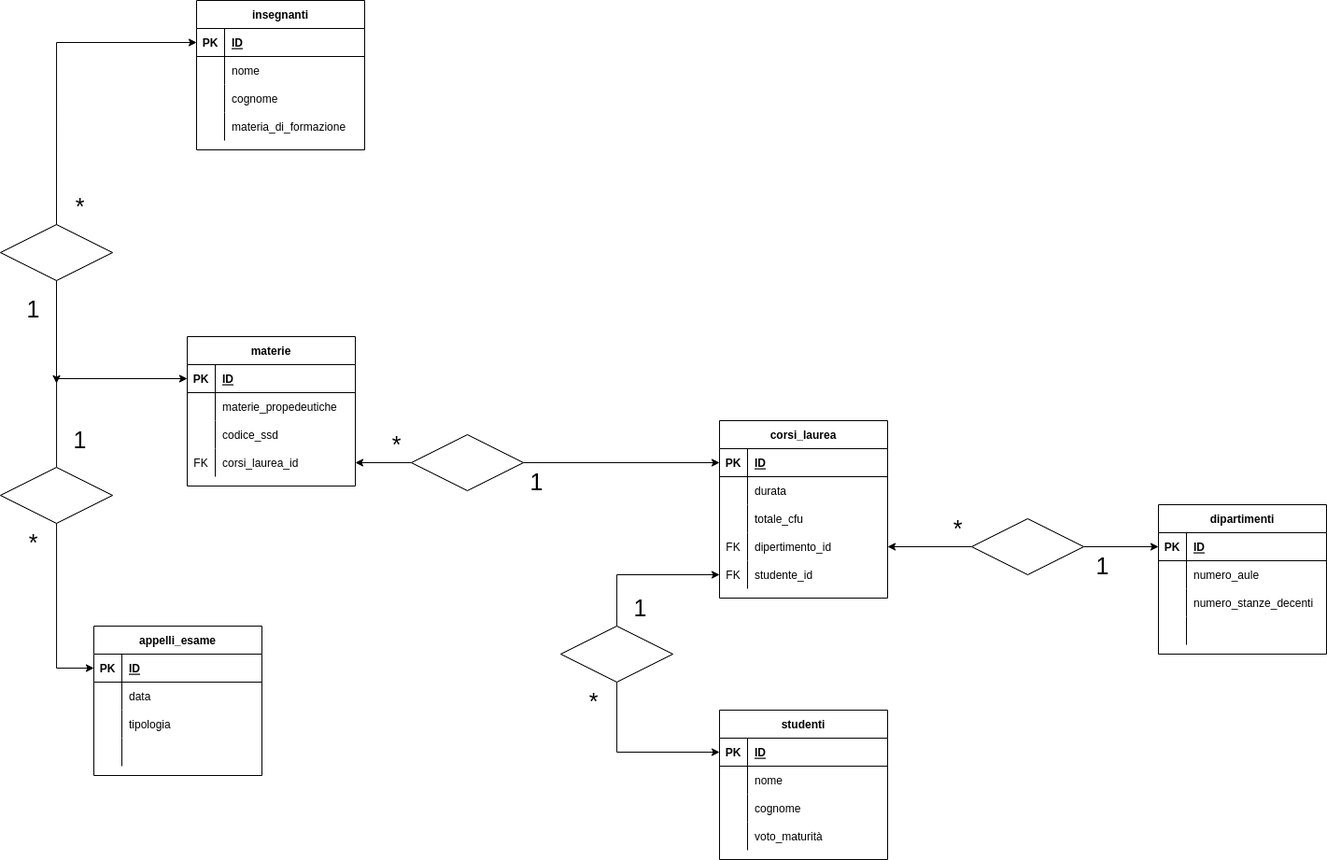
Earlier version of the draw.io export diagramma ER per università.png (pietroline/db-university). Source tidied: cells renumbered, new cells last; positions are measured from the earlier drawing's top-left corner, leaving out a move shared by most shapes.
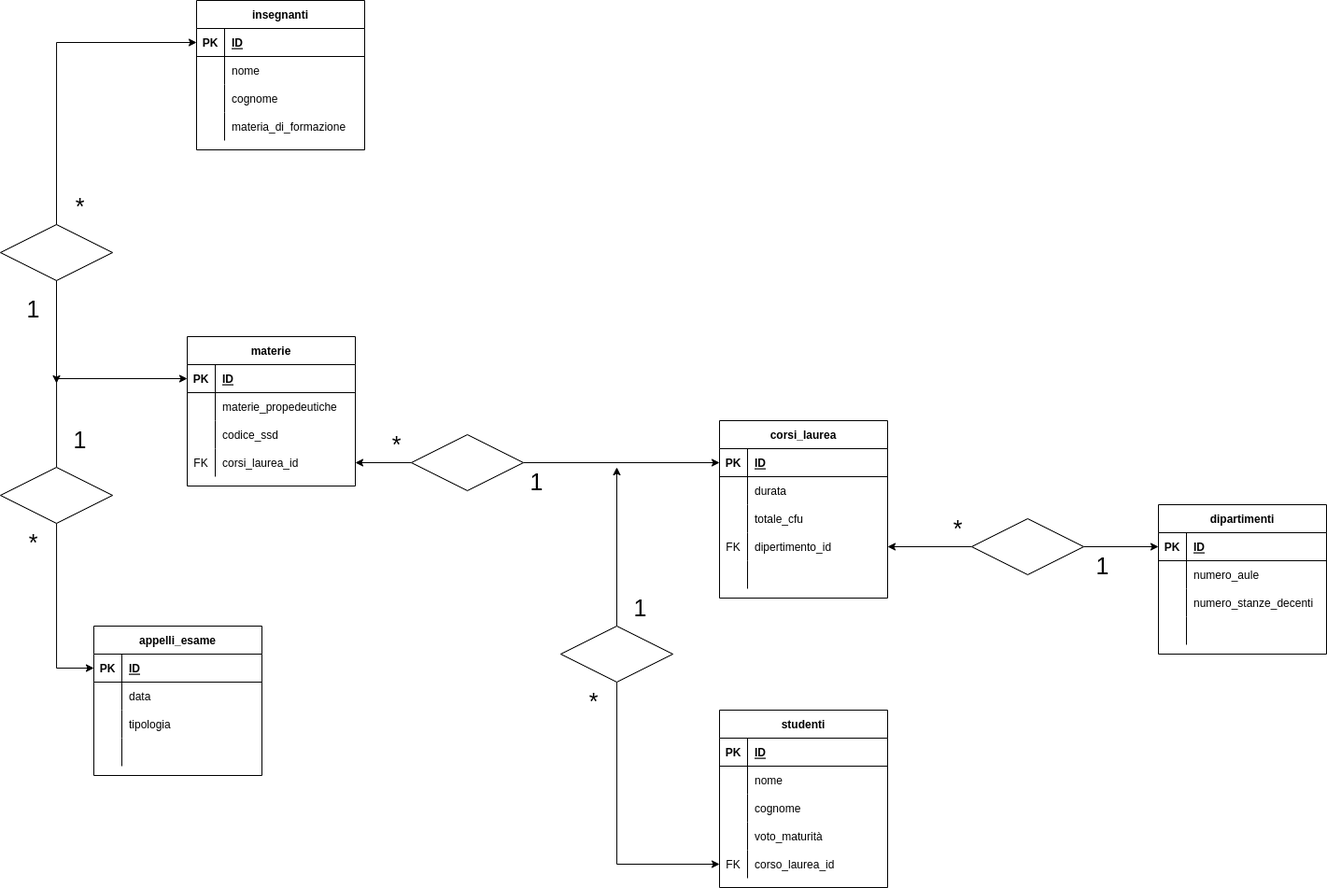
The same file after the commit.

Diff of the diagram source:
```diff
@@ -122,10 +122,10 @@
     <mxCell id="41" style="shape=tableRow;horizontal=0;startSize=0;swimlaneHead=0;swimlaneBody=0;fillColor=none;points=[[0,0.5],[1,0.5]];portConstraint=eastwest;top=0;left=0;right=0;bottom=0;" parent="28" vertex="1">
       <mxGeometry y="150" width="180" height="30" as="geometry" />
     </mxCell>
-    <mxCell id="42" value="FK" style="shape=partialRectangle;fillColor=none;top=0;left=0;bottom=0;right=0;overflow=hidden;" parent="41" vertex="1">
+    <mxCell id="42" style="shape=partialRectangle;fillColor=none;top=0;left=0;bottom=0;right=0;overflow=hidden;" parent="41" vertex="1">
       <mxGeometry width="30" height="30" as="geometry" />
     </mxCell>
-    <mxCell id="43" value="studente_id" style="shape=partialRectangle;fillColor=none;top=0;left=0;bottom=0;right=0;align=left;spacingLeft=6;overflow=hidden;" parent="41" vertex="1">
+    <mxCell id="43" style="shape=partialRectangle;fillColor=none;top=0;left=0;bottom=0;right=0;align=left;spacingLeft=6;overflow=hidden;" parent="41" vertex="1">
       <mxGeometry x="30" width="150" height="30" as="geometry" />
     </mxCell>
     <mxCell id="44" style="edgeStyle=orthogonalEdgeStyle;rounded=0;jettySize=auto;html=1;entryX=0;entryY=0.5;entryDx=0;entryDy=0;" parent="1" edge="1" source="47" target="3">
@@ -197,7 +197,7 @@
       </mxGeometry>
     </mxCell>
     <mxCell id="66" value="studenti" style="shape=table;startSize=30;rowLines=0;fontStyle=1;align=center;" parent="1" vertex="1">
-      <mxGeometry x="770" y="760" width="180" height="160" as="geometry" />
+      <mxGeometry x="770" y="760" width="180" height="190" as="geometry" />
     </mxCell>
     <mxCell id="67" style="shape=tableRow;horizontal=0;startSize=0;swimlaneHead=0;swimlaneBody=0;fillColor=none;points=[[0,0.5],[1,0.5]];portConstraint=eastwest;top=0;left=0;right=0;bottom=1;" parent="66" vertex="1">
       <mxGeometry y="30" width="180" height="30" as="geometry" />
@@ -235,12 +235,23 @@
     <mxCell id="78" value="voto_maturità" style="shape=partialRectangle;fillColor=none;top=0;left=0;bottom=0;right=0;align=left;spacingLeft=6;overflow=hidden;" parent="76" vertex="1">
       <mxGeometry x="30" width="150" height="30" as="geometry" />
     </mxCell>
-    <mxCell id="79" style="edgeStyle=orthogonalEdgeStyle;rounded=0;jettySize=auto;html=1;fontSize=25;entryX=0;entryY=0.5;entryDx=0;entryDy=0;" parent="1" edge="1" source="81" target="67">
-      <mxGeometry relative="1" as="geometry" />
-    </mxCell>
-    <mxCell id="80" style="edgeStyle=orthogonalEdgeStyle;rounded=0;jettySize=auto;html=1;entryX=0;entryY=0.5;entryDx=0;entryDy=0;fontSize=25;" parent="1" edge="1" source="81" target="41">
-      <mxGeometry relative="1" as="geometry" />
-    </mxCell>
+    <mxCell id="110" style="shape=tableRow;horizontal=0;startSize=0;swimlaneHead=0;swimlaneBody=0;fillColor=none;points=[[0,0.5],[1,0.5]];portConstraint=eastwest;top=0;left=0;right=0;bottom=0;" parent="66" vertex="1">
+      <mxGeometry y="150" width="180" height="30" as="geometry" />
+    </mxCell>
+    <mxCell id="111" value="FK" style="shape=partialRectangle;fillColor=none;top=0;left=0;bottom=0;right=0;overflow=hidden;" parent="110" vertex="1">
+      <mxGeometry width="30" height="30" as="geometry" />
+    </mxCell>
+    <mxCell id="112" value="corso_laurea_id" style="shape=partialRectangle;fillColor=none;top=0;left=0;bottom=0;right=0;align=left;spacingLeft=6;overflow=hidden;" parent="110" vertex="1">
+      <mxGeometry x="30" width="150" height="30" as="geometry" />
+    </mxCell>
+    <mxCell id="113" style="edgeStyle=orthogonalEdgeStyle;rounded=0;jettySize=auto;html=1;fontSize=25;" parent="1" edge="1" source="81">
+      <mxGeometry relative="1" as="geometry">
+        <mxPoint x="660" y="500" as="targetPoint" />
+      </mxGeometry>
+    </mxCell>
+    <mxCell id="114" style="edgeStyle=orthogonalEdgeStyle;rounded=0;jettySize=auto;html=1;entryX=0;entryY=0.5;entryDx=0;entryDy=0;fontSize=25;" parent="1" edge="1" source="81" target="110">
+      <mxGeometry relative="1" as="geometry" />
+    </mxCell>
     <mxCell id="81" style="shape=rhombus;perimeter=rhombusPerimeter;whiteSpace=wrap;html=1;align=center;" parent="1" vertex="1">
       <mxGeometry x="600" y="670" width="120" height="60" as="geometry" />
     </mxCell>
```
